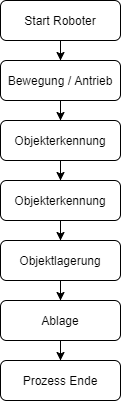
Earlier version of the draw.io export Dokumentation/Bilder/Prozessablauf.png (pumbaba/zbw-project-pisa). Source tidied: cells renumbered, new cells last; positions are measured from the earlier drawing's top-left corner, leaving out a move shared by most shapes. Source of this version:
```xml
<mxGraphModel>
  <root>
    <mxCell id="0" />
    <mxCell id="1" parent="0" />
    <mxCell id="2" style="edgeStyle=orthogonalEdgeStyle;rounded=0;jettySize=auto;html=1;" parent="1" edge="1" source="3" target="5">
      <mxGeometry relative="1" as="geometry" />
    </mxCell>
    <mxCell id="3" value="Start Roboter" style="rounded=1;whiteSpace=wrap;html=1;" parent="1" vertex="1">
      <mxGeometry width="120" height="40" as="geometry" />
    </mxCell>
    <mxCell id="4" style="edgeStyle=orthogonalEdgeStyle;rounded=0;jettySize=auto;html=1;" parent="1" edge="1" source="5" target="7">
      <mxGeometry relative="1" as="geometry" />
    </mxCell>
    <mxCell id="5" value="Bewegung / Antrieb" style="rounded=1;whiteSpace=wrap;html=1;" parent="1" vertex="1">
      <mxGeometry y="60" width="120" height="40" as="geometry" />
    </mxCell>
    <mxCell id="6" style="edgeStyle=orthogonalEdgeStyle;rounded=0;jettySize=auto;html=1;" parent="1" edge="1" source="7" target="11">
      <mxGeometry relative="1" as="geometry" />
    </mxCell>
    <mxCell id="7" value="Objekterkennung" style="rounded=1;whiteSpace=wrap;html=1;" parent="1" vertex="1">
      <mxGeometry y="120" width="120" height="40" as="geometry" />
    </mxCell>
    <mxCell id="8" style="edgeStyle=orthogonalEdgeStyle;rounded=0;jettySize=auto;html=1;" parent="1" edge="1" source="9" target="13">
      <mxGeometry relative="1" as="geometry" />
    </mxCell>
    <mxCell id="9" value="Objektlagerung" style="rounded=1;whiteSpace=wrap;html=1;" parent="1" vertex="1">
      <mxGeometry y="240" width="120" height="40" as="geometry" />
    </mxCell>
    <mxCell id="10" style="edgeStyle=orthogonalEdgeStyle;rounded=0;jettySize=auto;html=1;" parent="1" edge="1" source="11" target="9">
      <mxGeometry relative="1" as="geometry" />
    </mxCell>
    <mxCell id="11" value="Objekterkennung" style="rounded=1;whiteSpace=wrap;html=1;" parent="1" vertex="1">
      <mxGeometry y="180" width="120" height="40" as="geometry" />
    </mxCell>
    <mxCell id="12" style="edgeStyle=orthogonalEdgeStyle;rounded=0;jettySize=auto;html=1;" parent="1" edge="1" source="13" target="14">
      <mxGeometry relative="1" as="geometry" />
    </mxCell>
    <mxCell id="13" value="Ablage" style="rounded=1;whiteSpace=wrap;html=1;" parent="1" vertex="1">
      <mxGeometry y="300" width="120" height="40" as="geometry" />
    </mxCell>
    <mxCell id="14" value="Prozess Ende" style="rounded=1;whiteSpace=wrap;html=1;" parent="1" vertex="1">
      <mxGeometry y="360" width="120" height="40" as="geometry" />
    </mxCell>
  </root>
</mxGraphModel>
```
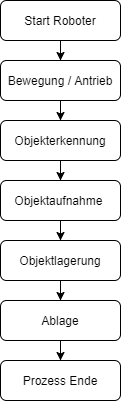
After the commit.

Commit message:
Prozessablauf korrigiert & Spielfeld eingefügt

Diff of the diagram source:
```diff
@@ -29,7 +29,7 @@
     <mxCell id="10" style="edgeStyle=orthogonalEdgeStyle;rounded=0;jettySize=auto;html=1;" parent="1" edge="1" source="11" target="9">
       <mxGeometry relative="1" as="geometry" />
     </mxCell>
-    <mxCell id="11" value="Objekterkennung" style="rounded=1;whiteSpace=wrap;html=1;" parent="1" vertex="1">
+    <mxCell id="11" value="Objektaufnahme&amp;nbsp;" style="rounded=1;whiteSpace=wrap;html=1;" parent="1" vertex="1">
       <mxGeometry y="180" width="120" height="40" as="geometry" />
     </mxCell>
     <mxCell id="12" style="edgeStyle=orthogonalEdgeStyle;rounded=0;jettySize=auto;html=1;" parent="1" edge="1" source="13" target="14">
```
